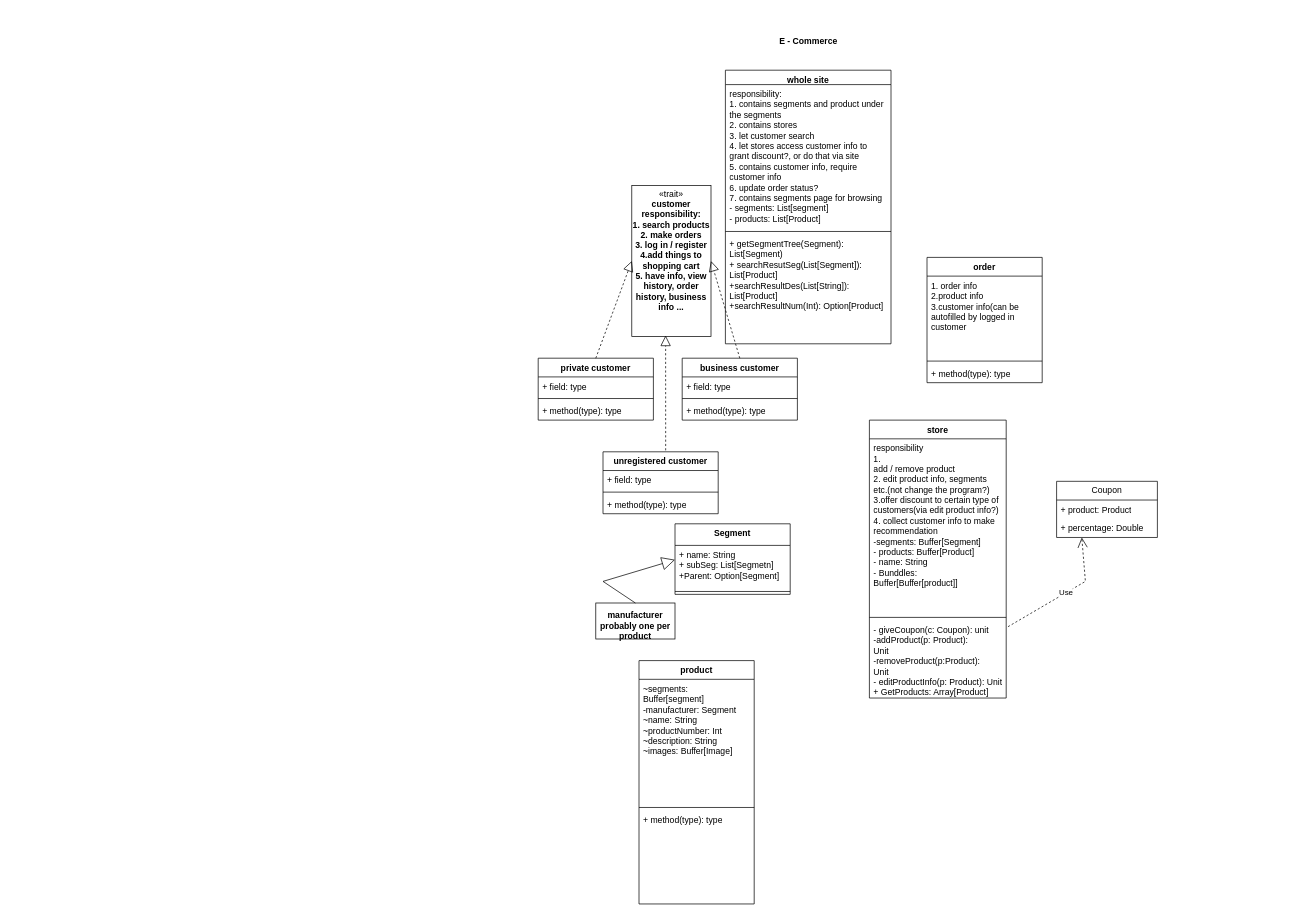
This is Untitled Diagram.drawio from picadud/StudioA, a draw.io file, before an edit. Source tidied: cells renumbered, new cells numbered last; positions are measured from the earlier drawing's top-left corner, leaving out a move shared by most shapes. Both pictures are drawn from the tidied source at 72%, with x=0, y=0 at pixel (538, 12).
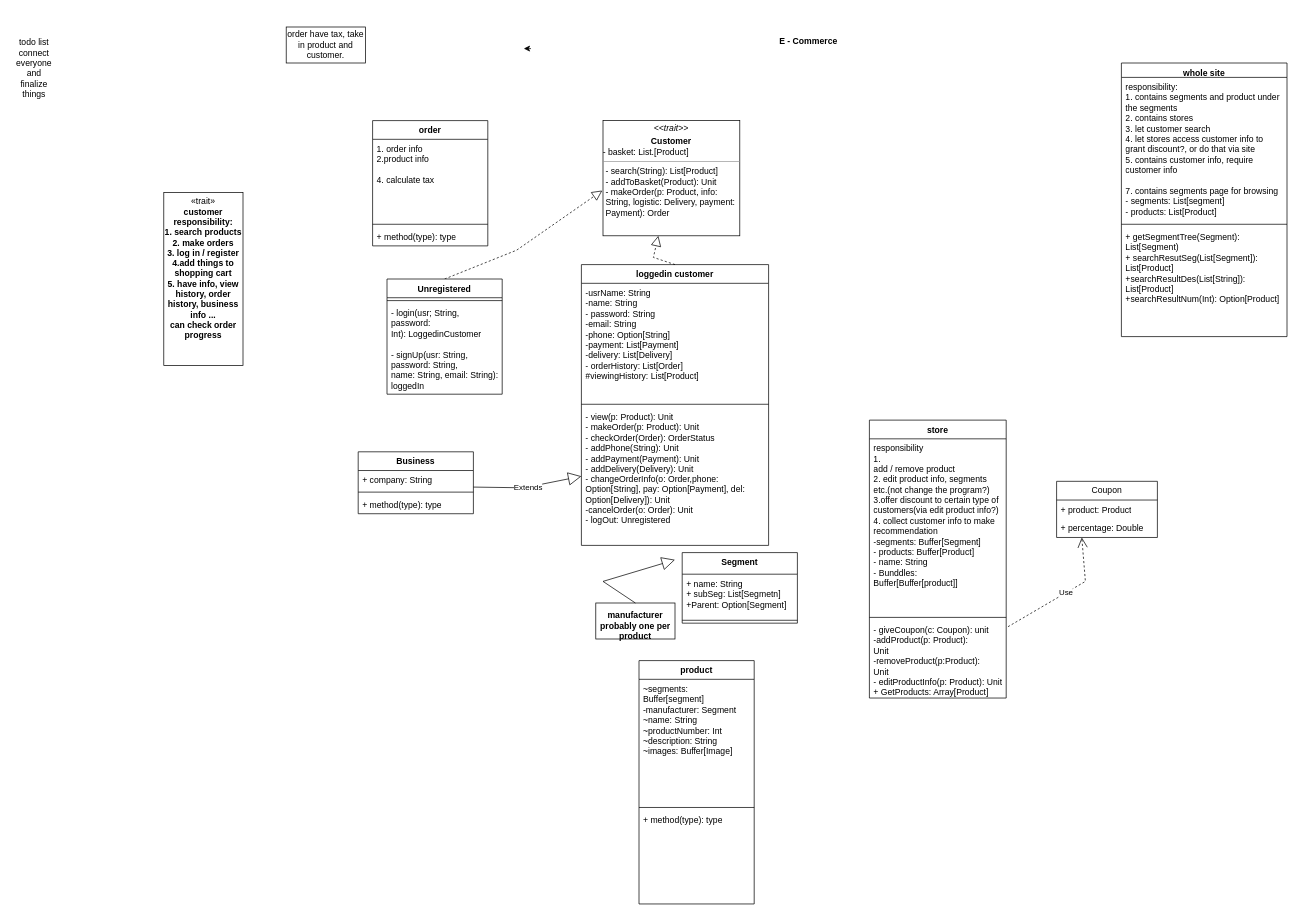
The same diagram, later.

Change to the diagram source:
```diff
@@
     <mxCell id="3" value="whole site" style="swimlane;fontStyle=1;align=center;verticalAlign=top;horizontal=1;startSize=20;whiteSpace=wrap;html=1;" parent="1" vertex="1">
-      <mxGeometry x="260" y="80" width="230" height="380" as="geometry" />
+      <mxGeometry x="810" y="70" width="230" height="380" as="geometry" />
     </mxCell>
-    <mxCell id="4" value="&lt;div&gt;responsibility:&lt;/div&gt;&lt;div&gt;1. contains segments and product under the segments&lt;/div&gt;&lt;div&gt;2. contains stores&lt;/div&gt;&lt;div&gt;3. let customer search&lt;/div&gt;&lt;div&gt;4. let stores access customer info to grant discount?, or do that via site&lt;/div&gt;&lt;div&gt;5. contains customer info, require customer info&lt;br&gt;&lt;/div&gt;&lt;div&gt;6. update order status?&lt;/div&gt;&lt;div&gt;7. contains segments page for browsing&lt;br&gt;&lt;/div&gt;&lt;div&gt;- segments: List[segment]&lt;/div&gt;&lt;div&gt;- products: List[Product]&lt;br&gt;&lt;/div&gt;&lt;div&gt;&lt;br&gt;&lt;/div&gt;" style="text;strokeColor=none;fillColor=none;align=left;verticalAlign=top;spacingLeft=4;spacingRight=4;overflow=hidden;whiteSpace=wrap;html=1;" parent="3" vertex="1">
+    <mxCell id="4" value="&lt;div&gt;responsibility:&lt;/div&gt;&lt;div&gt;1. contains segments and product under the segments&lt;/div&gt;&lt;div&gt;2. contains stores&lt;/div&gt;&lt;div&gt;3. let customer search&lt;/div&gt;&lt;div&gt;4. let stores access customer info to grant discount?, or do that via site&lt;/div&gt;&lt;div&gt;5. contains customer info, require customer info&lt;br&gt;&lt;/div&gt;&lt;div&gt;&lt;br&gt;&lt;/div&gt;&lt;div&gt;7. contains segments page for browsing&lt;br&gt;&lt;/div&gt;&lt;div&gt;- segments: List[segment]&lt;/div&gt;&lt;div&gt;- products: List[Product]&lt;br&gt;&lt;/div&gt;&lt;div&gt;&lt;br&gt;&lt;/div&gt;" style="text;strokeColor=none;fillColor=none;align=left;verticalAlign=top;spacingLeft=4;spacingRight=4;overflow=hidden;whiteSpace=wrap;html=1;" parent="3" vertex="1">
       <mxGeometry y="20" width="230" height="200" as="geometry" />
     </mxCell>
@@
-    <mxCell id="7" value="&lt;div&gt;«trait»&lt;/div&gt;&lt;div&gt;&lt;b&gt;customer&lt;/b&gt;&lt;/div&gt;&lt;div&gt;&lt;b&gt;responsibility:&lt;/b&gt;&lt;/div&gt;&lt;div&gt;&lt;b&gt;1. search products&lt;/b&gt;&lt;/div&gt;&lt;div&gt;&lt;b&gt;2. make orders&lt;/b&gt;&lt;/div&gt;&lt;div&gt;&lt;b&gt;3. log in / register&lt;/b&gt;&lt;/div&gt;&lt;div&gt;&lt;b&gt;4.add things to shopping cart&lt;/b&gt;&lt;/div&gt;&lt;div&gt;&lt;b&gt;5. have info, view history, order history, business info ...&lt;br&gt;&lt;/b&gt;&lt;/div&gt;&lt;div&gt;&lt;b&gt;&lt;br&gt;&lt;/b&gt;&lt;/div&gt;&lt;div&gt;&lt;b&gt;&lt;br&gt;&lt;/b&gt;&lt;/div&gt;" style="html=1;whiteSpace=wrap;" parent="1" vertex="1">
-      <mxGeometry x="130" y="240" width="110" height="210" as="geometry" />
+    <mxCell id="7" value="&lt;div&gt;«trait»&lt;/div&gt;&lt;div&gt;&lt;b&gt;customer&lt;/b&gt;&lt;/div&gt;&lt;div&gt;&lt;b&gt;responsibility:&lt;/b&gt;&lt;/div&gt;&lt;div&gt;&lt;b&gt;1. search products&lt;/b&gt;&lt;/div&gt;&lt;div&gt;&lt;b&gt;2. make orders&lt;/b&gt;&lt;/div&gt;&lt;div&gt;&lt;b&gt;3. log in / register&lt;/b&gt;&lt;/div&gt;&lt;div&gt;&lt;b&gt;4.add things to shopping cart&lt;/b&gt;&lt;/div&gt;&lt;div&gt;&lt;b&gt;5. have info, view history, order history, business info ...&lt;br&gt;&lt;/b&gt;&lt;/div&gt;&lt;div&gt;&lt;b&gt;can check order progress&lt;br&gt;&lt;/b&gt;&lt;/div&gt;&lt;div&gt;&lt;b&gt;&lt;br&gt;&lt;/b&gt;&lt;/div&gt;&lt;div&gt;&lt;b&gt;&lt;br&gt;&lt;/b&gt;&lt;/div&gt;" style="html=1;whiteSpace=wrap;" parent="1" vertex="1">
+      <mxGeometry x="-520" y="250" width="110" height="240" as="geometry" />
     </mxCell>
-    <mxCell id="8" value="private customer" style="swimlane;fontStyle=1;align=center;verticalAlign=top;horizontal=1;startSize=26;whiteSpace=wrap;html=1;" parent="1" vertex="1">
-      <mxGeometry y="480" width="160" height="86" as="geometry" />
+    <mxCell id="8" value="loggedin customer" style="swimlane;fontStyle=1;align=center;verticalAlign=top;horizontal=1;startSize=26;whiteSpace=wrap;html=1;" parent="1" vertex="1">
+      <mxGeometry x="60" y="350" width="260" height="390" as="geometry" />
     </mxCell>
+    <mxCell id="45" value="Extends" style="endArrow=block;endSize=16;endFill=0;html=1;rounded=0;exitX=1;exitY=0.5;exitDx=0;exitDy=0;entryX=0;entryY=0.5;entryDx=0;entryDy=0;" parent="8" edge="1" target="11">
+      <mxGeometry relative="1" as="geometry">
+        <mxPoint x="-150" y="309" as="sourcePoint" />
+        <Array as="points">
+          <mxPoint x="-80" y="310" />
+        </Array>
+      </mxGeometry>
+    </mxCell>
-    <mxCell id="9" value="+ field: type" style="text;strokeColor=none;fillColor=none;align=left;verticalAlign=top;spacingLeft=4;spacingRight=4;overflow=hidden;whiteSpace=wrap;html=1;" parent="8" vertex="1">
-      <mxGeometry y="26" width="160" height="26" as="geometry" />
+    <mxCell id="9" value="&lt;div&gt;-usrName: String&lt;/div&gt;&lt;div&gt;-name: String&lt;/div&gt;&lt;div&gt;- password: String&lt;/div&gt;&lt;div&gt;-email: String&lt;/div&gt;&lt;div&gt;-phone: Option[String]&lt;/div&gt;&lt;div&gt;-payment: List[Payment]&lt;/div&gt;&lt;div&gt;-delivery: List[Delivery]&lt;/div&gt;&lt;div&gt;- orderHistory: List[Order]&lt;/div&gt;&lt;div&gt;#viewingHistory: List[Product]&lt;/div&gt;&lt;div&gt;&lt;br&gt;&lt;/div&gt;&lt;div&gt;&lt;br&gt;&lt;/div&gt;" style="text;strokeColor=none;fillColor=none;align=left;verticalAlign=top;spacingLeft=4;spacingRight=4;overflow=hidden;whiteSpace=wrap;html=1;" parent="8" vertex="1">
+      <mxGeometry y="26" width="260" height="164" as="geometry" />
     </mxCell>
     <mxCell id="10" style="line;strokeWidth=1;fillColor=none;align=left;verticalAlign=middle;spacingTop=-1;spacingLeft=3;spacingRight=3;labelPosition=right;strokeColor=inherit;" parent="8" vertex="1">
-      <mxGeometry y="52" width="160" height="8" as="geometry" />
+      <mxGeometry y="190" width="260" height="8" as="geometry" />
     </mxCell>
-    <mxCell id="11" value="+ method(type): type" style="text;strokeColor=none;fillColor=none;align=left;verticalAlign=top;spacingLeft=4;spacingRight=4;overflow=hidden;points=[[0,0.5],[1,0.5]];portConstraint=eastwest;whiteSpace=wrap;html=1;" parent="8" vertex="1">
-      <mxGeometry y="60" width="160" height="26" as="geometry" />
+    <mxCell id="11" value="&lt;div&gt;- view(p: Product): Unit&lt;/div&gt;&lt;div&gt;- makeOrder(p: Product): Unit&lt;/div&gt;&lt;div&gt;- checkOrder(Order): OrderStatus&lt;/div&gt;&lt;div&gt;- addPhone(String): Unit&lt;/div&gt;&lt;div&gt;- addPayment(Payment): Unit&lt;/div&gt;&lt;div&gt;- addDelivery(Delivery): Unit&lt;/div&gt;&lt;div&gt;- changeOrderInfo(o: Order,phone: Option[String], pay: Option[Payment], del: Option[Delivery]): Unit&lt;/div&gt;&lt;div&gt;-cancelOrder(o: Order): Unit&lt;/div&gt;&lt;div&gt;- logOut: Unregistered&lt;/div&gt;&lt;div&gt;&lt;br&gt;&lt;/div&gt;" style="text;strokeColor=none;fillColor=none;align=left;verticalAlign=top;spacingLeft=4;spacingRight=4;overflow=hidden;points=[[0,0.5],[1,0.5]];portConstraint=eastwest;whiteSpace=wrap;html=1;" parent="8" vertex="1">
+      <mxGeometry y="198" width="260" height="192" as="geometry" />
     </mxCell>
-    <mxCell id="12" value="business customer" style="swimlane;fontStyle=1;align=center;verticalAlign=top;horizontal=1;startSize=26;whiteSpace=wrap;html=1;" parent="1" vertex="1">
-      <mxGeometry x="200" y="480" width="160" height="86" as="geometry" />
-    </mxCell>
-    <mxCell id="13" value="+ field: type" style="text;strokeColor=none;fillColor=none;align=left;verticalAlign=top;spacingLeft=4;spacingRight=4;overflow=hidden;whiteSpace=wrap;html=1;" parent="12" vertex="1">
-      <mxGeometry y="26" width="160" height="26" as="geometry" />
-    </mxCell>
-    <mxCell id="14" style="line;strokeWidth=1;fillColor=none;align=left;verticalAlign=middle;spacingTop=-1;spacingLeft=3;spacingRight=3;labelPosition=right;strokeColor=inherit;" parent="12" vertex="1">
-      <mxGeometry y="52" width="160" height="8" as="geometry" />
-    </mxCell>
-    <mxCell id="15" value="+ method(type): type" style="text;strokeColor=none;fillColor=none;align=left;verticalAlign=top;spacingLeft=4;spacingRight=4;overflow=hidden;whiteSpace=wrap;html=1;" parent="12" vertex="1">
-      <mxGeometry y="60" width="160" height="26" as="geometry" />
-    </mxCell>
-    <mxCell id="16" value="&lt;div&gt;unregistered customer&lt;br&gt;&lt;/div&gt;&lt;div&gt;&lt;br&gt;&lt;/div&gt;" style="swimlane;fontStyle=1;align=center;verticalAlign=top;horizontal=1;startSize=26;whiteSpace=wrap;html=1;" parent="1" vertex="1">
-      <mxGeometry x="90" y="610" width="160" height="86" as="geometry" />
-    </mxCell>
-    <mxCell id="17" value="+ field: type" style="text;strokeColor=none;fillColor=none;align=left;verticalAlign=top;spacingLeft=4;spacingRight=4;overflow=hidden;whiteSpace=wrap;html=1;" parent="16" vertex="1">
-      <mxGeometry y="26" width="160" height="26" as="geometry" />
-    </mxCell>
-    <mxCell id="18" style="line;strokeWidth=1;fillColor=none;align=left;verticalAlign=middle;spacingTop=-1;spacingLeft=3;spacingRight=3;labelPosition=right;strokeColor=inherit;" parent="16" vertex="1">
-      <mxGeometry y="52" width="160" height="8" as="geometry" />
-    </mxCell>
-    <mxCell id="19" value="+ method(type): type" style="text;strokeColor=none;fillColor=none;align=left;verticalAlign=top;spacingLeft=4;spacingRight=4;overflow=hidden;whiteSpace=wrap;html=1;" parent="16" vertex="1">
-      <mxGeometry y="60" width="160" height="26" as="geometry" />
-    </mxCell>
+    <mxCell id="46" style="edgeStyle=orthogonalEdgeStyle;rounded=0;orthogonalLoop=1;jettySize=auto;html=1;exitX=0.5;exitY=0;exitDx=0;exitDy=0;" parent="1" edge="1">
+      <mxGeometry relative="1" as="geometry">
+        <mxPoint x="-10" y="50" as="sourcePoint" />
+        <mxPoint x="-20" y="50" as="targetPoint" />
+      </mxGeometry>
+    </mxCell>
-    <mxCell id="20" style="endArrow=block;dashed=1;endFill=0;endSize=12;html=1;rounded=0;exitX=0.5;exitY=0;exitDx=0;exitDy=0;entryX=1;entryY=0.5;entryDx=0;entryDy=0;" parent="1" edge="1" source="12" target="7">
-      <mxGeometry relative="1" as="geometry" />
+    <mxCell id="20" style="endArrow=block;dashed=1;endFill=0;endSize=12;html=1;rounded=0;exitX=0.5;exitY=0;exitDx=0;exitDy=0;" parent="1" edge="1" source="8" target="47">
+      <mxGeometry relative="1" as="geometry">
+        <Array as="points">
+          <mxPoint x="160" y="340" />
+        </Array>
+      </mxGeometry>
     </mxCell>
-    <mxCell id="21" style="endArrow=block;dashed=1;endFill=0;endSize=12;html=1;rounded=0;exitX=0.544;exitY=-0.023;exitDx=0;exitDy=0;exitPerimeter=0;entryX=0.427;entryY=0.993;entryDx=0;entryDy=0;entryPerimeter=0;" parent="1" edge="1" source="16" target="7">
-      <mxGeometry relative="1" as="geometry" />
-    </mxCell>
-    <mxCell id="22" style="endArrow=block;dashed=1;endFill=0;endSize=12;html=1;rounded=0;exitX=0.5;exitY=0;exitDx=0;exitDy=0;entryX=0;entryY=0.5;entryDx=0;entryDy=0;" parent="1" edge="1" source="8" target="7">
-      <mxGeometry relative="1" as="geometry" />
+    <mxCell id="22" style="endArrow=block;dashed=1;endFill=0;endSize=12;html=1;rounded=0;exitX=0.5;exitY=0;exitDx=0;exitDy=0;entryX=-0.005;entryY=0.607;entryDx=0;entryDy=0;entryPerimeter=0;" parent="1" edge="1" source="48" target="47">
+      <mxGeometry relative="1" as="geometry">
+        <Array as="points">
+          <mxPoint x="-30" y="330" />
+        </Array>
+      </mxGeometry>
     </mxCell>
     <mxCell id="23" value="order" style="swimlane;fontStyle=1;align=center;verticalAlign=top;horizontal=1;startSize=26;whiteSpace=wrap;html=1;" parent="1" vertex="1">
-      <mxGeometry x="540" y="340" width="160" height="174" as="geometry" />
+      <mxGeometry x="-230" y="150" width="160" height="174" as="geometry" />
     </mxCell>
-    <mxCell id="24" value="&lt;div&gt;1. order info&lt;/div&gt;&lt;div&gt;2.product info&lt;/div&gt;&lt;div&gt;3.customer info(can be autofilled by logged in customer&lt;/div&gt;&lt;div&gt;&lt;br&gt;&lt;/div&gt;" style="text;strokeColor=none;fillColor=none;align=left;verticalAlign=top;spacingLeft=4;spacingRight=4;overflow=hidden;whiteSpace=wrap;html=1;" parent="23" vertex="1">
+    <mxCell id="24" value="&lt;div&gt;1. order info&lt;/div&gt;&lt;div&gt;2.product info&lt;/div&gt;&lt;div&gt;&lt;br&gt;&lt;/div&gt;&lt;div&gt;4. calculate tax&lt;br&gt;&lt;/div&gt;&lt;div&gt;&lt;br&gt;&lt;/div&gt;" style="text;strokeColor=none;fillColor=none;align=left;verticalAlign=top;spacingLeft=4;spacingRight=4;overflow=hidden;whiteSpace=wrap;html=1;" parent="23" vertex="1">
       <mxGeometry y="26" width="160" height="114" as="geometry" />
     </mxCell>
@@
     <mxCell id="41" value="Segment" style="swimlane;fontStyle=1;align=center;verticalAlign=top;horizontal=1;startSize=30;whiteSpace=wrap;html=1;" parent="1" vertex="1">
-      <mxGeometry x="190" y="710" width="160" height="98" as="geometry" />
+      <mxGeometry x="200" y="750" width="160" height="98" as="geometry" />
     </mxCell>
@@
+    <mxCell id="47" value="&lt;p style=&quot;margin:0px;margin-top:4px;text-align:center;&quot;&gt;&lt;i&gt;&amp;lt;&amp;lt;trait&amp;gt;&amp;gt;&lt;/i&gt;&lt;/p&gt;&lt;p style=&quot;margin:0px;margin-top:4px;text-align:center;&quot;&gt;&lt;b&gt;Customer&lt;/b&gt;&lt;br&gt;&lt;/p&gt;- basket: List.[Product]&lt;br&gt;&lt;hr size=&quot;1&quot;&gt;&lt;p style=&quot;margin:0px;margin-left:4px;&quot;&gt;- search(String): List[Product]&lt;br&gt;- addToBasket(Product): Unit&lt;/p&gt;&lt;p style=&quot;margin:0px;margin-left:4px;&quot;&gt;- makeOrder(p: Product, info: String, logistic: Delivery, payment: Payment): Order&lt;/p&gt;&lt;p style=&quot;margin:0px;margin-left:4px;&quot;&gt;&lt;br&gt;&lt;/p&gt;&lt;p style=&quot;margin:0px;margin-left:4px;&quot;&gt;&lt;br&gt;&lt;/p&gt;&lt;p style=&quot;margin:0px;margin-left:4px;&quot;&gt;&lt;br&gt;&lt;/p&gt;" style="verticalAlign=top;align=left;overflow=fill;fontSize=12;fontFamily=Helvetica;html=1;whiteSpace=wrap;" parent="1" vertex="1">
+      <mxGeometry x="90" y="150" width="190" height="160" as="geometry" />
+    </mxCell>
+    <mxCell id="48" value="Unregistered" style="swimlane;fontStyle=1;align=center;verticalAlign=top;horizontal=1;startSize=26;whiteSpace=wrap;html=1;" parent="1" vertex="1">
+      <mxGeometry x="-210" y="370" width="160" height="160" as="geometry" />
+    </mxCell>
+    <mxCell id="49" style="line;strokeWidth=1;fillColor=none;align=left;verticalAlign=middle;spacingTop=-1;spacingLeft=3;spacingRight=3;labelPosition=right;strokeColor=inherit;" parent="48" vertex="1">
+      <mxGeometry y="26" width="160" height="8" as="geometry" />
+    </mxCell>
+    <mxCell id="50" value="&lt;div&gt;- login(usr; String, password: &lt;br&gt;&lt;/div&gt;&lt;div&gt;Int): LoggedinCustomer&lt;/div&gt;&lt;div&gt;&lt;br&gt;&lt;div&gt;- signUp(usr: String, password: String,&lt;/div&gt;&lt;div&gt;name: String, email: String):&lt;/div&gt;&lt;div&gt;loggedIn&lt;br&gt;&lt;/div&gt;&lt;/div&gt;" style="text;strokeColor=none;fillColor=none;align=left;verticalAlign=top;spacingLeft=4;spacingRight=4;overflow=hidden;whiteSpace=wrap;html=1;" parent="48" vertex="1">
+      <mxGeometry y="34" width="160" height="126" as="geometry" />
+    </mxCell>
+    <mxCell id="51" value="Business" style="swimlane;fontStyle=1;align=center;verticalAlign=top;horizontal=1;startSize=26;whiteSpace=wrap;html=1;" parent="1" vertex="1">
+      <mxGeometry x="-250" y="610" width="160" height="86" as="geometry" />
+    </mxCell>
+    <mxCell id="52" value="&lt;div&gt;+ company: String&lt;/div&gt;&lt;div&gt;&lt;br&gt;&lt;/div&gt;" style="text;strokeColor=none;fillColor=none;align=left;verticalAlign=top;spacingLeft=4;spacingRight=4;overflow=hidden;whiteSpace=wrap;html=1;" parent="51" vertex="1">
+      <mxGeometry y="26" width="160" height="26" as="geometry" />
+    </mxCell>
+    <mxCell id="53" style="line;strokeWidth=1;fillColor=none;align=left;verticalAlign=middle;spacingTop=-1;spacingLeft=3;spacingRight=3;labelPosition=right;strokeColor=inherit;" parent="51" vertex="1">
+      <mxGeometry y="52" width="160" height="8" as="geometry" />
+    </mxCell>
+    <mxCell id="54" value="+ method(type): type" style="text;strokeColor=none;fillColor=none;align=left;verticalAlign=top;spacingLeft=4;spacingRight=4;overflow=hidden;whiteSpace=wrap;html=1;" parent="51" vertex="1">
+      <mxGeometry y="60" width="160" height="26" as="geometry" />
+    </mxCell>
+    <mxCell id="55" value="order have tax, take in product and customer." style="html=1;whiteSpace=wrap;" parent="1" vertex="1">
+      <mxGeometry x="-350" y="20" width="110" height="50" as="geometry" />
+    </mxCell>
+    <mxCell id="56" value="&lt;div&gt;todo list&lt;/div&gt;&lt;div&gt;connect everyone&lt;/div&gt;&lt;div&gt;and finalize things&lt;br&gt;&lt;/div&gt;&lt;div&gt;&lt;br&gt;&lt;/div&gt;" style="text;html=1;strokeColor=none;fillColor=none;align=center;verticalAlign=middle;whiteSpace=wrap;rounded=0;" parent="1" vertex="1">
+      <mxGeometry x="-730" y="70" width="60" height="30" as="geometry" />
+    </mxCell>
```
